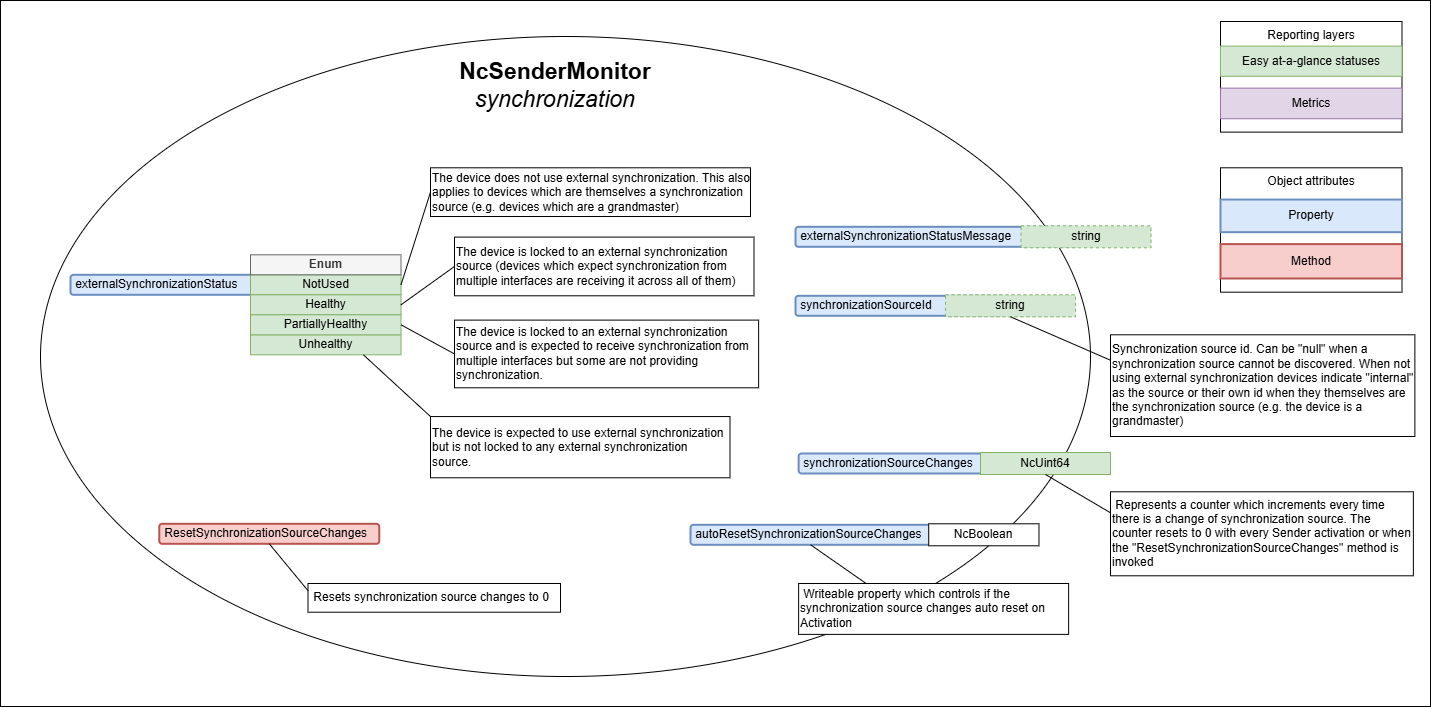
Above: docs/images/sender-model-synchronization.png in AMWA-TV/bcp-008-02 (draw.io), before the change. Source tidied: cells renumbered, new cells last; positions are measured from the earlier drawing's top-left corner, leaving out a move shared by most shapes.
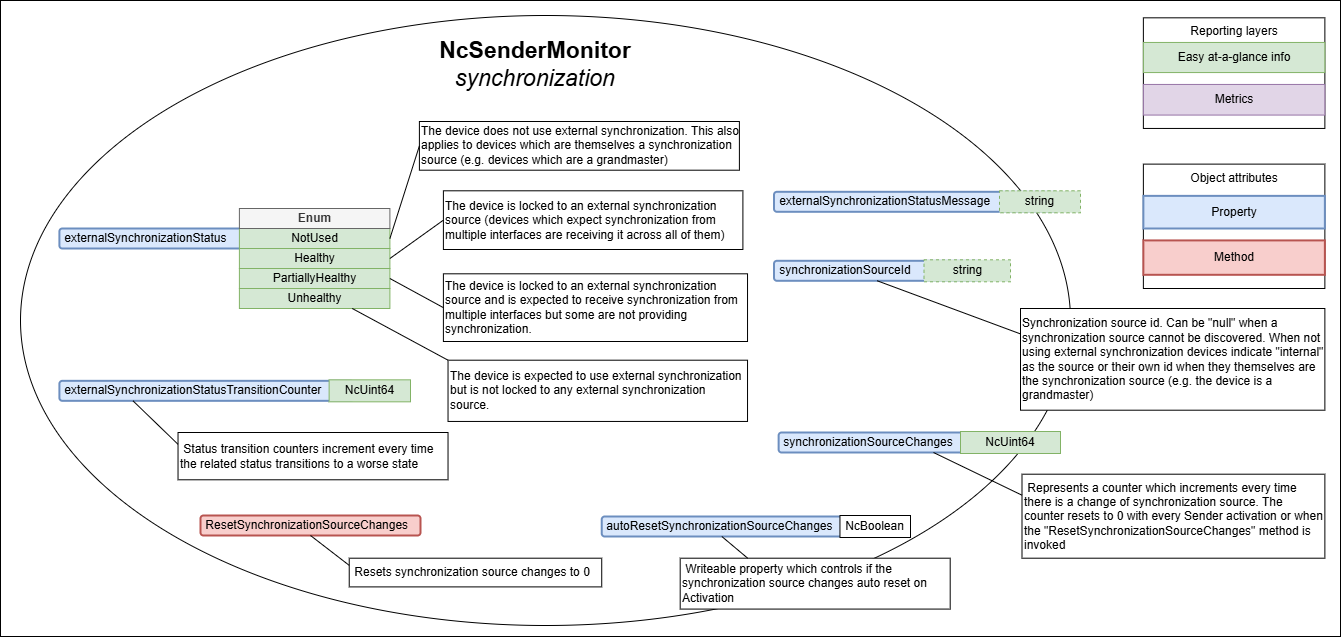
After the commit.

Commit message:
Add status transition counter properties

Diff of the diagram source:
```diff
@@ -3,85 +3,85 @@
     <mxCell id="0" />
     <mxCell id="1" parent="0" />
     <mxCell id="2" style="rounded=0;whiteSpace=wrap;html=1;" parent="1" vertex="1">
-      <mxGeometry width="1430" height="706" as="geometry" />
+      <mxGeometry width="1340" height="636" as="geometry" />
     </mxCell>
     <mxCell id="3" style="ellipse;whiteSpace=wrap;html=1;" parent="1" vertex="1">
-      <mxGeometry x="40" y="36" width="1050" height="640" as="geometry" />
+      <mxGeometry x="20" y="15" width="1050" height="610" as="geometry" />
     </mxCell>
     <mxCell id="4" value="Reporting layers" style="rounded=0;whiteSpace=wrap;html=1;horizontal=1;verticalAlign=top;" parent="1" vertex="1">
-      <mxGeometry x="1220" y="21" width="181.5" height="110.6" as="geometry" />
+      <mxGeometry x="1142.9" y="17.3" width="181.5" height="110.6" as="geometry" />
     </mxCell>
-    <mxCell id="5" value="Easy at-a-glance statuses" style="rounded=0;whiteSpace=wrap;html=1;fillColor=#d5e8d4;strokeColor=#82b366;" parent="1" vertex="1">
-      <mxGeometry x="1220" y="45.6" width="181.5" height="30.1" as="geometry" />
+    <mxCell id="5" value="Easy at-a-glance info" style="rounded=0;whiteSpace=wrap;html=1;fillColor=#d5e8d4;strokeColor=#82b366;" parent="1" vertex="1">
+      <mxGeometry x="1142.9" y="42" width="181.5" height="30.1" as="geometry" />
     </mxCell>
     <mxCell id="6" value="Metrics" style="rounded=0;whiteSpace=wrap;html=1;fillColor=#e1d5e7;strokeColor=#9673a6;" parent="1" vertex="1">
-      <mxGeometry x="1220" y="87.6" width="181.5" height="30.6" as="geometry" />
+      <mxGeometry x="1142.9" y="83.9" width="181.5" height="30.6" as="geometry" />
     </mxCell>
     <mxCell id="7" value="Object attributes" style="rounded=0;whiteSpace=wrap;html=1;horizontal=1;verticalAlign=top;" parent="1" vertex="1">
-      <mxGeometry x="1220" y="167.3" width="181.5" height="124.4" as="geometry" />
+      <mxGeometry x="1142.9" y="163.6" width="181.5" height="124.4" as="geometry" />
     </mxCell>
     <mxCell id="8" value="Property" style="rounded=0;whiteSpace=wrap;html=1;fillColor=#dae8fc;strokeColor=#6c8ebf;align=center;strokeWidth=2;" parent="1" vertex="1">
-      <mxGeometry x="1220" y="199" width="181.5" height="32.6" as="geometry" />
+      <mxGeometry x="1142.9" y="195.4" width="181.5" height="32.6" as="geometry" />
     </mxCell>
     <mxCell id="9" value="Method" style="rounded=0;whiteSpace=wrap;html=1;fillColor=#f8cecc;strokeColor=#b85450;align=center;strokeWidth=2;" parent="1" vertex="1">
-      <mxGeometry x="1220" y="243.6" width="181.5" height="34.4" as="geometry" />
+      <mxGeometry x="1142.9" y="239.9" width="181.5" height="34.4" as="geometry" />
     </mxCell>
     <mxCell id="10" value="NcSenderMonitor&lt;div&gt;&lt;span style=&quot;font-weight: normal;&quot;&gt;&lt;i&gt;synchronization&lt;/i&gt;&lt;/span&gt;&lt;/div&gt;" style="text;html=1;strokeColor=none;fillColor=none;align=center;verticalAlign=middle;whiteSpace=wrap;rounded=0;strokeWidth=1;fontSize=23;fontStyle=1;" parent="1" vertex="1">
-      <mxGeometry x="431.2" y="51.9" width="247.5" height="65.6" as="geometry" />
+      <mxGeometry x="411.2" y="30.9" width="247.5" height="65.6" as="geometry" />
     </mxCell>
     <mxCell id="11" value="&amp;nbsp;externalSynchronizationStatus" style="rounded=1;whiteSpace=wrap;html=1;align=left;fillColor=#dae8fc;strokeColor=#6c8ebf;strokeWidth=2;" parent="1" vertex="1">
-      <mxGeometry x="70" y="274.3" width="237.5" height="20" as="geometry" />
+      <mxGeometry x="58.9" y="228" width="237.5" height="20" as="geometry" />
     </mxCell>
     <mxCell id="12" value="NotUsed" style="rounded=0;whiteSpace=wrap;html=1;fillColor=#d5e8d4;strokeColor=#82b366;" parent="1" vertex="1">
-      <mxGeometry x="250" y="274.3" width="150.5" height="20" as="geometry" />
+      <mxGeometry x="238.9" y="228" width="150.5" height="20" as="geometry" />
     </mxCell>
     <mxCell id="13" value="Enum" style="rounded=0;whiteSpace=wrap;html=1;fillColor=#f5f5f5;strokeColor=#666666;fontStyle=1;fontColor=#333333;" parent="1" vertex="1">
-      <mxGeometry x="250" y="254.3" width="150.5" height="20" as="geometry" />
+      <mxGeometry x="238.9" y="208" width="150.5" height="20" as="geometry" />
     </mxCell>
     <mxCell id="14" value="Unhealthy" style="rounded=0;whiteSpace=wrap;html=1;fillColor=#d5e8d4;strokeColor=#82b366;" parent="1" vertex="1">
-      <mxGeometry x="250" y="334.3" width="150.5" height="20" as="geometry" />
+      <mxGeometry x="238.9" y="288" width="150.5" height="20" as="geometry" />
     </mxCell>
     <mxCell id="15" value="&amp;nbsp;&lt;span style=&quot;background-color: initial;&quot;&gt;synchronizationSourceId&lt;/span&gt;" style="rounded=1;whiteSpace=wrap;html=1;align=left;fillColor=#dae8fc;strokeColor=#6c8ebf;strokeWidth=2;" parent="1" vertex="1">
-      <mxGeometry x="795" y="295.3" width="206.5" height="20" as="geometry" />
+      <mxGeometry x="773.5" y="260.3" width="206.5" height="20" as="geometry" />
     </mxCell>
     <mxCell id="16" value="string" style="rounded=0;whiteSpace=wrap;html=1;dashed=1;fillColor=#d5e8d4;strokeColor=#82b366;" parent="1" vertex="1">
-      <mxGeometry x="945" y="294.3" width="130" height="22" as="geometry" />
+      <mxGeometry x="923.5" y="259.3" width="86.5" height="22" as="geometry" />
     </mxCell>
     <mxCell id="17" value="The device is locked to an external&amp;nbsp;&lt;span style=&quot;background-color: initial;&quot;&gt;synchronization source&amp;nbsp;&lt;/span&gt;(devices which expect synchronization from multiple interfaces are receiving it across all of them)" style="text;html=1;strokeColor=default;fillColor=default;align=left;verticalAlign=middle;whiteSpace=wrap;rounded=0;" parent="1" vertex="1">
-      <mxGeometry x="454" y="236.6" width="299.5" height="58.7" as="geometry" />
+      <mxGeometry x="442.9" y="190.3" width="299.5" height="58.7" as="geometry" />
     </mxCell>
     <mxCell id="18" value="Healthy" style="rounded=0;whiteSpace=wrap;html=1;fillColor=#d5e8d4;strokeColor=#82b366;" parent="1" vertex="1">
-      <mxGeometry x="250" y="294.3" width="150.5" height="20" as="geometry" />
+      <mxGeometry x="238.9" y="248" width="150.5" height="20" as="geometry" />
     </mxCell>
     <mxCell id="19" value="Synchronization source id. Can be &quot;null&quot; when a synchronization source cannot be discovered. When not using external synchronization devices indicate &quot;internal&quot; as the source or their own id when they themselves are the synchronization source (e.g. the device is a grandmaster)" style="text;html=1;strokeColor=default;fillColor=default;align=left;verticalAlign=middle;whiteSpace=wrap;rounded=0;" parent="1" vertex="1">
-      <mxGeometry x="1110" y="334.3" width="304.4" height="101.7" as="geometry" />
+      <mxGeometry x="1020" y="308" width="304.4" height="101.7" as="geometry" />
     </mxCell>
-    <mxCell id="20" style="endArrow=none;html=1;rounded=0;entryX=0;entryY=0.25;entryDx=0;entryDy=0;exitX=0.5;exitY=1;exitDx=0;exitDy=0;" parent="1" edge="1" source="16" target="19">
+    <mxCell id="20" style="endArrow=none;html=1;rounded=0;entryX=0;entryY=0.25;entryDx=0;entryDy=0;exitX=0.5;exitY=1;exitDx=0;exitDy=0;" parent="1" edge="1" source="15" target="19">
       <mxGeometry relative="1" as="geometry" />
     </mxCell>
     <mxCell id="21" value="The device does not use external synchronization. This also applies to devices which are themselves a synchronization source (e.g. devices which are a grandmaster)" style="text;html=1;strokeColor=default;fillColor=default;align=left;verticalAlign=middle;whiteSpace=wrap;rounded=0;" parent="1" vertex="1">
-      <mxGeometry x="430" y="167.3" width="320" height="48.7" as="geometry" />
+      <mxGeometry x="418.9" y="121" width="320" height="48.7" as="geometry" />
     </mxCell>
     <mxCell id="22" style="endArrow=none;html=1;rounded=0;entryX=0;entryY=0.5;entryDx=0;entryDy=0;exitX=1;exitY=0.5;exitDx=0;exitDy=0;" parent="1" edge="1" source="12" target="21">
       <mxGeometry relative="1" as="geometry" />
     </mxCell>
     <mxCell id="23" value="The device is expected to use external synchronization but is not locked to any external synchronization source." style="text;html=1;strokeColor=default;fillColor=default;align=left;verticalAlign=middle;whiteSpace=wrap;rounded=0;" parent="1" vertex="1">
-      <mxGeometry x="430" y="416" width="299.5" height="61.2" as="geometry" />
+      <mxGeometry x="447.5" y="359.7" width="299.5" height="61.2" as="geometry" />
     </mxCell>
     <mxCell id="24" style="endArrow=none;html=1;rounded=0;entryX=0;entryY=0;entryDx=0;entryDy=0;exitX=0.75;exitY=1;exitDx=0;exitDy=0;" parent="1" edge="1" source="14" target="23">
       <mxGeometry relative="1" as="geometry" />
     </mxCell>
     <mxCell id="25" value="The device is locked to an external synchronization source and is expected to receive synchronization from multiple interfaces but some are not providing synchronization." style="text;html=1;strokeColor=default;fillColor=default;align=left;verticalAlign=middle;whiteSpace=wrap;rounded=0;" parent="1" vertex="1">
-      <mxGeometry x="454" y="319.6" width="304.1" height="67.7" as="geometry" />
+      <mxGeometry x="442.9" y="273.3" width="304.1" height="67.7" as="geometry" />
     </mxCell>
     <mxCell id="26" value="PartiallyHealthy" style="rounded=0;whiteSpace=wrap;html=1;fillColor=#d5e8d4;strokeColor=#82b366;" parent="1" vertex="1">
-      <mxGeometry x="250" y="314.3" width="150.5" height="20" as="geometry" />
+      <mxGeometry x="238.9" y="268" width="150.5" height="20" as="geometry" />
     </mxCell>
     <mxCell id="27" value="&amp;nbsp;externalSynchronizationStatusMessage" style="rounded=1;whiteSpace=wrap;html=1;align=left;fillColor=#dae8fc;strokeColor=#6c8ebf;strokeWidth=2;" parent="1" vertex="1">
-      <mxGeometry x="795" y="226.3" width="283" height="20" as="geometry" />
+      <mxGeometry x="773.5" y="191.3" width="283" height="20" as="geometry" />
     </mxCell>
     <mxCell id="28" value="string" style="rounded=0;whiteSpace=wrap;html=1;dashed=1;fillColor=#d5e8d4;strokeColor=#82b366;" parent="1" vertex="1">
-      <mxGeometry x="1020.5" y="225.3" width="130" height="22" as="geometry" />
+      <mxGeometry x="999" y="190.3" width="81" height="22" as="geometry" />
     </mxCell>
     <mxCell id="29" style="endArrow=none;html=1;rounded=0;entryX=0;entryY=0.5;entryDx=0;entryDy=0;exitX=1;exitY=0.5;exitDx=0;exitDy=0;" parent="1" edge="1" source="26" target="25">
       <mxGeometry relative="1" as="geometry" />
@@ -90,37 +90,49 @@
       <mxGeometry relative="1" as="geometry" />
     </mxCell>
     <mxCell id="31" value="&amp;nbsp;synchronizationSourceChanges" style="rounded=1;whiteSpace=wrap;html=1;align=left;fillColor=#dae8fc;strokeColor=#6c8ebf;strokeWidth=2;" parent="1" vertex="1">
-      <mxGeometry x="798.1" y="453" width="206.5" height="20" as="geometry" />
+      <mxGeometry x="778.1" y="432" width="206.5" height="20" as="geometry" />
     </mxCell>
     <mxCell id="32" value="NcUint64" style="rounded=0;whiteSpace=wrap;html=1;fillColor=#d5e8d4;strokeColor=#82b366;" parent="1" vertex="1">
-      <mxGeometry x="980" y="452" width="130" height="22" as="geometry" />
+      <mxGeometry x="960" y="431" width="100" height="22" as="geometry" />
     </mxCell>
     <mxCell id="33" value="&amp;nbsp;Represents a counter which increments every time there is a change of synchronization source. The counter resets to 0 with every Sender activation or when the &quot;ResetSynchronizationSourceChanges&quot; method is invoked" style="text;html=1;strokeColor=default;fillColor=default;align=left;verticalAlign=middle;whiteSpace=wrap;rounded=0;" parent="1" vertex="1">
-      <mxGeometry x="1110" y="491.3" width="302.9" height="84" as="geometry" />
+      <mxGeometry x="1021.5" y="473.7" width="302.9" height="84" as="geometry" />
     </mxCell>
-    <mxCell id="34" style="endArrow=none;html=1;rounded=0;entryX=0;entryY=0.25;entryDx=0;entryDy=0;exitX=0.5;exitY=1;exitDx=0;exitDy=0;" parent="1" edge="1" source="32" target="33">
+    <mxCell id="34" style="endArrow=none;html=1;rounded=0;entryX=0;entryY=0.25;entryDx=0;entryDy=0;exitX=0.75;exitY=1;exitDx=0;exitDy=0;" parent="1" edge="1" source="31" target="33">
       <mxGeometry relative="1" as="geometry" />
     </mxCell>
     <mxCell id="35" value="&amp;nbsp;autoResetSynchronizationSourceChanges" style="rounded=1;whiteSpace=wrap;html=1;align=left;fillColor=#dae8fc;strokeColor=#6c8ebf;strokeWidth=2;" parent="1" vertex="1">
-      <mxGeometry x="690" y="524.3" width="240.2" height="20" as="geometry" />
+      <mxGeometry x="601.2" y="516" width="240.2" height="20" as="geometry" />
     </mxCell>
     <mxCell id="36" value="NcBoolean" style="rounded=0;whiteSpace=wrap;html=1;" parent="1" vertex="1">
-      <mxGeometry x="928.2" y="523.3" width="110.2" height="22" as="geometry" />
+      <mxGeometry x="839.5" y="515" width="70.5" height="22" as="geometry" />
     </mxCell>
     <mxCell id="37" value="&amp;nbsp;Writeable property which controls if the synchronization source changes auto reset on Activation" style="text;html=1;strokeColor=default;fillColor=default;align=left;verticalAlign=middle;whiteSpace=wrap;rounded=0;" parent="1" vertex="1">
-      <mxGeometry x="798.1" y="583" width="270" height="50.9" as="geometry" />
+      <mxGeometry x="679.7" y="557.7" width="270" height="50.9" as="geometry" />
     </mxCell>
     <mxCell id="38" style="endArrow=none;html=1;rounded=0;entryX=0.25;entryY=0;entryDx=0;entryDy=0;exitX=0.5;exitY=1;exitDx=0;exitDy=0;" parent="1" edge="1" source="35" target="37">
       <mxGeometry relative="1" as="geometry" />
     </mxCell>
     <mxCell id="39" value="&amp;nbsp;ResetSynchronizationSourceChanges" style="rounded=1;whiteSpace=wrap;html=1;align=left;fillColor=#f8cecc;strokeColor=#b85450;strokeWidth=2;" parent="1" vertex="1">
-      <mxGeometry x="158.8" y="523.3" width="220" height="20" as="geometry" />
+      <mxGeometry x="200" y="515" width="220" height="20" as="geometry" />
     </mxCell>
     <mxCell id="40" value="&amp;nbsp;Resets synchronization source changes to 0" style="text;html=1;strokeColor=default;fillColor=default;align=left;verticalAlign=middle;whiteSpace=wrap;rounded=0;" parent="1" vertex="1">
-      <mxGeometry x="307.5" y="583" width="252.5" height="28.7" as="geometry" />
+      <mxGeometry x="348.7" y="557.7" width="252.5" height="28.7" as="geometry" />
     </mxCell>
     <mxCell id="41" style="endArrow=none;html=1;rounded=0;entryX=0;entryY=0.25;entryDx=0;entryDy=0;exitX=0.5;exitY=1;exitDx=0;exitDy=0;" parent="1" edge="1" source="39" target="40">
       <mxGeometry relative="1" as="geometry" />
     </mxCell>
+    <mxCell id="42" value="&amp;nbsp;externalSynchronizationStatusTransitionCounter" style="rounded=1;whiteSpace=wrap;html=1;align=left;fillColor=#dae8fc;strokeColor=#6c8ebf;strokeWidth=2;" parent="1" vertex="1">
+      <mxGeometry x="58.9" y="380.3" width="294.4" height="20" as="geometry" />
+    </mxCell>
+    <mxCell id="43" value="NcUint64" style="rounded=0;whiteSpace=wrap;html=1;fillColor=#d5e8d4;strokeColor=#82b366;" parent="1" vertex="1">
+      <mxGeometry x="328.6" y="379.3" width="81.4" height="22" as="geometry" />
+    </mxCell>
+    <mxCell id="44" value="&amp;nbsp;Status transition counters increment every time the related status transitions to a worse state" style="text;html=1;strokeColor=default;fillColor=default;align=left;verticalAlign=middle;whiteSpace=wrap;rounded=0;" parent="1" vertex="1">
+      <mxGeometry x="177.5" y="432" width="270" height="47.3" as="geometry" />
+    </mxCell>
+    <mxCell id="45" style="endArrow=none;html=1;rounded=0;entryX=0;entryY=0.25;entryDx=0;entryDy=0;exitX=0.25;exitY=1;exitDx=0;exitDy=0;" parent="1" edge="1" source="42" target="44">
+      <mxGeometry relative="1" as="geometry" />
+    </mxCell>
   </root>
 </mxGraphModel>
```
